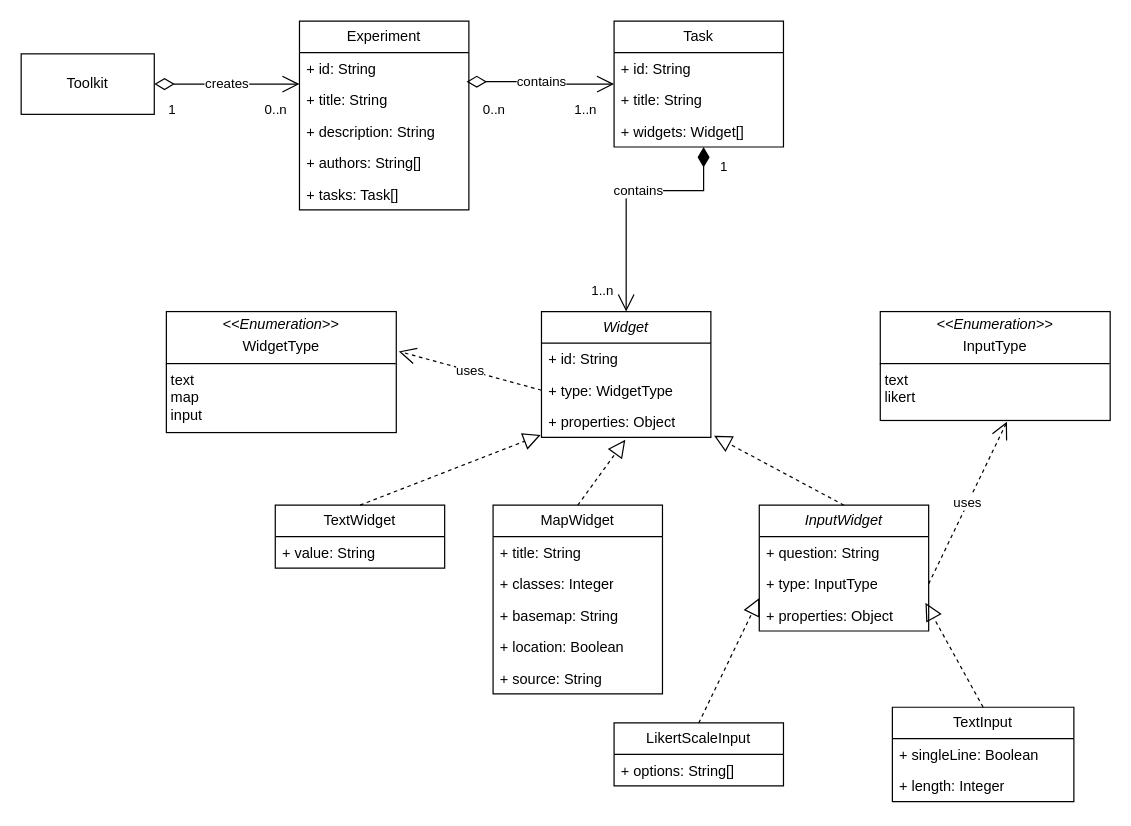
The draw.io diagram resources/Model.drawio in aurioldegbelo/map-experiment-creation-toolkit, before the edit. Source tidied: cells renumbered, new cells numbered last; positions are measured from the earlier drawing's top-left corner, leaving out a move shared by most shapes. Both pictures are drawn from the tidied source at 121%, with x=0, y=0 at pixel (21, 21).
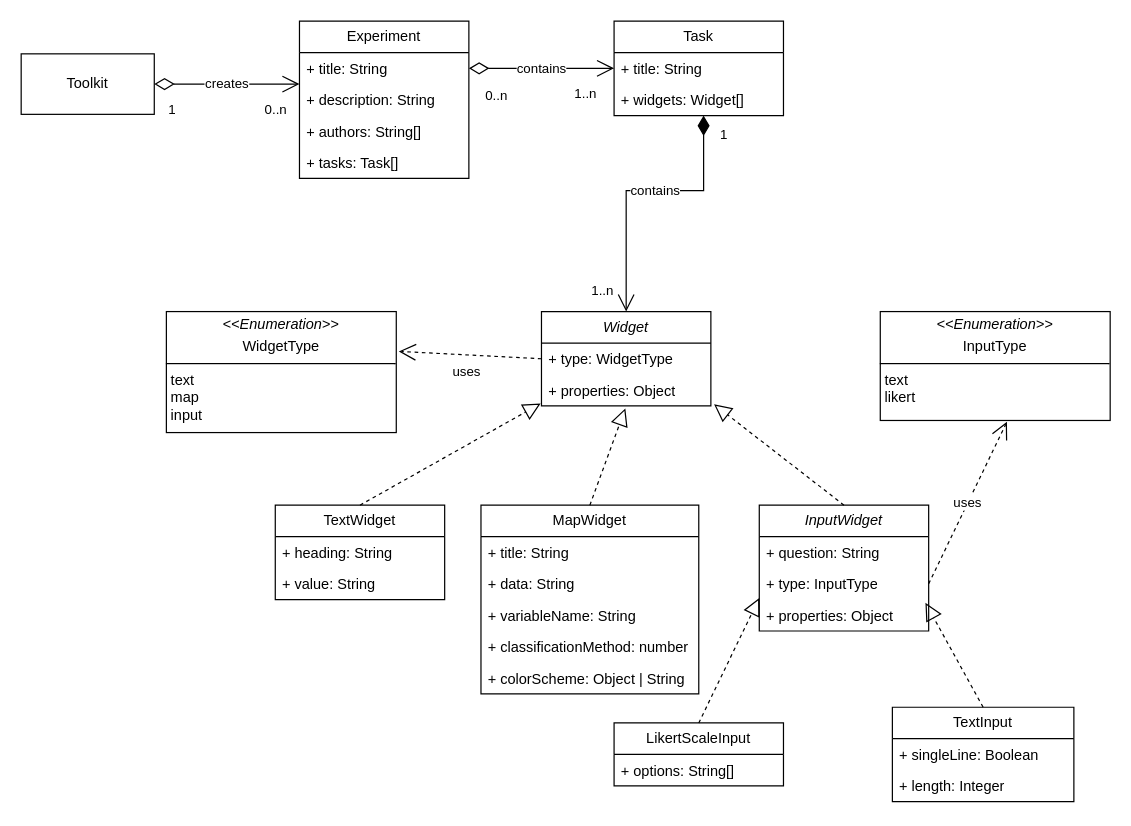
After the change.

The change refers to these unchanged cells:
```xml
<mxCell id="26" value="&lt;p style=&quot;margin:0px;margin-top:4px;text-align:center;&quot;&gt;&lt;i&gt;&amp;lt;&amp;lt;Enumeration&amp;gt;&amp;gt;&lt;/i&gt;&lt;br&gt;&lt;/p&gt;&lt;p style=&quot;margin:0px;margin-top:4px;text-align:center;&quot;&gt;WidgetType&lt;/p&gt;&lt;hr size=&quot;1&quot; style=&quot;border-style:solid;&quot;&gt;&lt;p style=&quot;margin:0px;margin-left:4px;&quot;&gt;text&lt;/p&gt;&lt;p style=&quot;margin:0px;margin-left:4px;&quot;&gt;map&lt;/p&gt;&lt;p style=&quot;margin:0px;margin-left:4px;&quot;&gt;input&lt;/p&gt;&lt;p style=&quot;margin:0px;margin-left:4px;&quot;&gt;&lt;br&gt;&lt;/p&gt;" style="verticalAlign=top;align=left;overflow=fill;html=1;whiteSpace=wrap;" parent="1" vertex="1">
  <mxGeometry x="120" y="240" width="190" height="100" as="geometry" />
</mxCell>
```

The edit, as a diff of the source:
```diff
@@
     <mxCell id="2" value="Experiment" style="swimlane;fontStyle=0;horizontal=1;startSize=26;fillColor=none;whiteSpace=wrap;html=1;" parent="1" vertex="1">
-      <mxGeometry x="230" width="140" height="156" as="geometry" />
+      <mxGeometry x="230" width="140" height="130" as="geometry" />
     </mxCell>
-    <mxCell id="3" value="+ id: String&lt;div&gt;&lt;br&gt;&lt;/div&gt;" style="text;strokeColor=none;fillColor=none;align=left;verticalAlign=top;spacingLeft=4;spacingRight=4;overflow=hidden;whiteSpace=wrap;html=1;" parent="2" vertex="1">
-      <mxGeometry y="26" width="140" height="26" as="geometry" />
-    </mxCell>
     <mxCell id="4" value="+ title: String" style="text;strokeColor=none;fillColor=none;align=left;verticalAlign=top;spacingLeft=4;spacingRight=4;overflow=hidden;points=[[0,0.5],[1,0.5]];portConstraint=eastwest;whiteSpace=wrap;html=1;" parent="2" vertex="1">
-      <mxGeometry y="52" width="140" height="26" as="geometry" />
+      <mxGeometry y="26" width="140" height="26" as="geometry" />
     </mxCell>
     <mxCell id="5" value="+ description: String" style="text;strokeColor=none;fillColor=none;align=left;verticalAlign=top;spacingLeft=4;spacingRight=4;overflow=hidden;whiteSpace=wrap;html=1;" parent="2" vertex="1">
-      <mxGeometry y="78" width="140" height="26" as="geometry" />
+      <mxGeometry y="52" width="140" height="26" as="geometry" />
     </mxCell>
     <mxCell id="6" value="+ authors: String[]" style="text;strokeColor=none;fillColor=none;align=left;verticalAlign=top;spacingLeft=4;spacingRight=4;overflow=hidden;whiteSpace=wrap;html=1;" parent="2" vertex="1">
-      <mxGeometry y="104" width="140" height="26" as="geometry" />
+      <mxGeometry y="78" width="140" height="26" as="geometry" />
     </mxCell>
     <mxCell id="7" value="+ tasks: Task[]" style="text;strokeColor=none;fillColor=none;align=left;verticalAlign=top;spacingLeft=4;spacingRight=4;overflow=hidden;whiteSpace=wrap;html=1;" parent="2" vertex="1">
-      <mxGeometry y="130" width="140" height="26" as="geometry" />
+      <mxGeometry y="104" width="140" height="26" as="geometry" />
     </mxCell>
     <mxCell id="8" value="Task" style="swimlane;fontStyle=0;horizontal=1;startSize=26;fillColor=none;whiteSpace=wrap;html=1;" parent="1" vertex="1">
-      <mxGeometry x="490" width="140" height="104" as="geometry" />
+      <mxGeometry x="490" width="140" height="78" as="geometry" />
     </mxCell>
-    <mxCell id="9" value="+ id: String" style="text;strokeColor=none;fillColor=none;align=left;verticalAlign=top;spacingLeft=4;spacingRight=4;overflow=hidden;whiteSpace=wrap;html=1;" parent="8" vertex="1">
-      <mxGeometry y="26" width="140" height="26" as="geometry" />
-    </mxCell>
     <mxCell id="10" value="+ title: String" style="text;strokeColor=none;fillColor=none;align=left;verticalAlign=top;spacingLeft=4;spacingRight=4;overflow=hidden;whiteSpace=wrap;html=1;" parent="8" vertex="1">
-      <mxGeometry y="52" width="140" height="26" as="geometry" />
+      <mxGeometry y="26" width="140" height="26" as="geometry" />
     </mxCell>
     <mxCell id="11" value="+ widgets: Widget[]" style="text;strokeColor=none;fillColor=none;align=left;verticalAlign=top;spacingLeft=4;spacingRight=4;overflow=hidden;points=[[0,0.5],[1,0.5]];portConstraint=eastwest;whiteSpace=wrap;html=1;" parent="8" vertex="1">
-      <mxGeometry y="78" width="140" height="26" as="geometry" />
+      <mxGeometry y="52" width="140" height="26" as="geometry" />
     </mxCell>
-    <mxCell id="12" value="contains" style="endArrow=open;html=1;endSize=12;startArrow=diamondThin;startSize=14;startFill=0;edgeStyle=orthogonalEdgeStyle;rounded=0;exitX=0.986;exitY=-0.077;exitDx=0;exitDy=0;exitPerimeter=0;" parent="1" edge="1" source="4" target="8">
+    <mxCell id="12" value="contains" style="endArrow=open;html=1;endSize=12;startArrow=diamondThin;startSize=14;startFill=0;edgeStyle=orthogonalEdgeStyle;rounded=0;exitX=1;exitY=0.5;exitDx=0;exitDy=0;" parent="1" edge="1" source="4" target="8">
       <mxGeometry relative="1" as="geometry" />
     </mxCell>
@@
     <mxCell id="15" value="&lt;i&gt;Widget&lt;/i&gt;" style="swimlane;fontStyle=0;horizontal=1;startSize=26;fillColor=none;whiteSpace=wrap;html=1;" parent="1" vertex="1">
-      <mxGeometry x="430" y="240" width="140" height="104" as="geometry" />
+      <mxGeometry x="430" y="240" width="140" height="78" as="geometry" />
     </mxCell>
-    <mxCell id="16" value="+ id: String" style="text;strokeColor=none;fillColor=none;align=left;verticalAlign=top;spacingLeft=4;spacingRight=4;overflow=hidden;whiteSpace=wrap;html=1;" parent="15" vertex="1">
-      <mxGeometry y="26" width="140" height="26" as="geometry" />
-    </mxCell>
     <mxCell id="17" value="+ type: WidgetType&amp;nbsp;" style="text;strokeColor=none;fillColor=none;align=left;verticalAlign=top;spacingLeft=4;spacingRight=4;overflow=hidden;points=[[0,0.5],[1,0.5]];portConstraint=eastwest;whiteSpace=wrap;html=1;" parent="15" vertex="1">
-      <mxGeometry y="52" width="140" height="26" as="geometry" />
+      <mxGeometry y="26" width="140" height="26" as="geometry" />
     </mxCell>
     <mxCell id="18" value="+ properties: Object" style="text;strokeColor=none;fillColor=none;align=left;verticalAlign=top;spacingLeft=4;spacingRight=4;overflow=hidden;points=[[0,0.5],[1,0.5]];portConstraint=eastwest;whiteSpace=wrap;html=1;" parent="15" vertex="1">
-      <mxGeometry y="78" width="140" height="26" as="geometry" />
+      <mxGeometry y="52" width="140" height="26" as="geometry" />
     </mxCell>
@@
     <mxCell id="27" value="uses" style="endArrow=open;endSize=12;dashed=1;html=1;rounded=0;exitX=0;exitY=0.5;exitDx=0;exitDy=0;entryX=1.011;entryY=0.329;entryDx=0;entryDy=0;entryPerimeter=0;" parent="1" edge="1" source="17" target="26">
-      <mxGeometry relative="1" as="geometry" />
+      <mxGeometry x="0.01" y="14" relative="1" as="geometry">
+        <mxPoint x="-1" as="offset" />
+      </mxGeometry>
     </mxCell>
@@
     <mxCell id="30" value="TextWidget" style="swimlane;fontStyle=0;horizontal=1;startSize=26;fillColor=none;whiteSpace=wrap;html=1;" parent="1" vertex="1">
-      <mxGeometry x="210" y="400" width="140" height="52" as="geometry" />
+      <mxGeometry x="210" y="400" width="140" height="78" as="geometry" />
     </mxCell>
+    <mxCell id="52" value="+ heading: String&lt;div&gt;&lt;br&gt;&lt;/div&gt;" style="text;strokeColor=none;fillColor=none;align=left;verticalAlign=top;spacingLeft=4;spacingRight=4;overflow=hidden;whiteSpace=wrap;html=1;" parent="30" vertex="1">
+      <mxGeometry y="26" width="140" height="26" as="geometry" />
+    </mxCell>
     <mxCell id="31" value="+ value: String" style="text;strokeColor=none;fillColor=none;align=left;verticalAlign=top;spacingLeft=4;spacingRight=4;overflow=hidden;whiteSpace=wrap;html=1;" parent="30" vertex="1">
-      <mxGeometry y="26" width="140" height="26" as="geometry" />
+      <mxGeometry y="52" width="140" height="26" as="geometry" />
     </mxCell>
     <mxCell id="32" value="MapWidget" style="swimlane;fontStyle=0;horizontal=1;startSize=26;fillColor=none;whiteSpace=wrap;html=1;" parent="1" vertex="1">
-      <mxGeometry x="390" y="400" width="140" height="156" as="geometry" />
+      <mxGeometry x="380" y="400" width="180" height="156" as="geometry" />
     </mxCell>
     <mxCell id="33" value="+ title: String" style="text;strokeColor=none;fillColor=none;align=left;verticalAlign=top;spacingLeft=4;spacingRight=4;overflow=hidden;whiteSpace=wrap;html=1;" parent="32" vertex="1">
-      <mxGeometry y="26" width="140" height="26" as="geometry" />
+      <mxGeometry y="26" width="180" height="26" as="geometry" />
     </mxCell>
-    <mxCell id="34" value="+ classes: Integer" style="text;strokeColor=none;fillColor=none;align=left;verticalAlign=top;spacingLeft=4;spacingRight=4;overflow=hidden;whiteSpace=wrap;html=1;" parent="32" vertex="1">
-      <mxGeometry y="52" width="140" height="26" as="geometry" />
+    <mxCell id="34" value="+ data: String" style="text;strokeColor=none;fillColor=none;align=left;verticalAlign=top;spacingLeft=4;spacingRight=4;overflow=hidden;whiteSpace=wrap;html=1;" parent="32" vertex="1">
+      <mxGeometry y="52" width="180" height="26" as="geometry" />
     </mxCell>
-    <mxCell id="35" value="+ basemap: String" style="text;strokeColor=none;fillColor=none;align=left;verticalAlign=top;spacingLeft=4;spacingRight=4;overflow=hidden;whiteSpace=wrap;html=1;" parent="32" vertex="1">
-      <mxGeometry y="78" width="140" height="26" as="geometry" />
+    <mxCell id="35" value="+ variableName: String" style="text;strokeColor=none;fillColor=none;align=left;verticalAlign=top;spacingLeft=4;spacingRight=4;overflow=hidden;whiteSpace=wrap;html=1;" parent="32" vertex="1">
+      <mxGeometry y="78" width="180" height="26" as="geometry" />
     </mxCell>
-    <mxCell id="36" value="+ location: Boolean" style="text;strokeColor=none;fillColor=none;align=left;verticalAlign=top;spacingLeft=4;spacingRight=4;overflow=hidden;whiteSpace=wrap;html=1;" parent="32" vertex="1">
-      <mxGeometry y="104" width="140" height="26" as="geometry" />
+    <mxCell id="36" value="+ classificationMethod: number" style="text;strokeColor=none;fillColor=none;align=left;verticalAlign=top;spacingLeft=4;spacingRight=4;overflow=hidden;whiteSpace=wrap;html=1;" parent="32" vertex="1">
+      <mxGeometry y="104" width="180" height="26" as="geometry" />
     </mxCell>
-    <mxCell id="37" value="+ source: String" style="text;strokeColor=none;fillColor=none;align=left;verticalAlign=top;spacingLeft=4;spacingRight=4;overflow=hidden;whiteSpace=wrap;html=1;" parent="32" vertex="1">
-      <mxGeometry y="130" width="140" height="26" as="geometry" />
+    <mxCell id="37" value="+ colorScheme: Object | String" style="text;strokeColor=none;fillColor=none;align=left;verticalAlign=top;spacingLeft=4;spacingRight=4;overflow=hidden;whiteSpace=wrap;html=1;" parent="32" vertex="1">
+      <mxGeometry y="130" width="180" height="26" as="geometry" />
     </mxCell>
```
